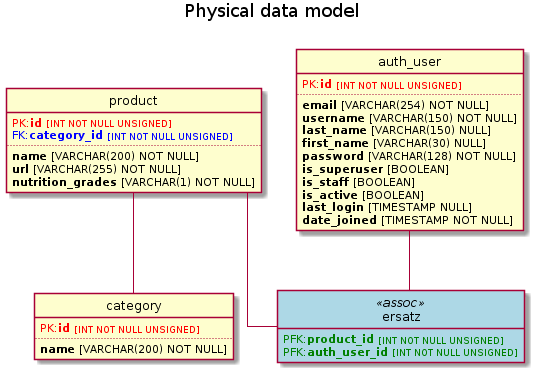
freezed/ocp8 keeps this PlantUML diagram as doc/pdm.png. Above is the earlier version.
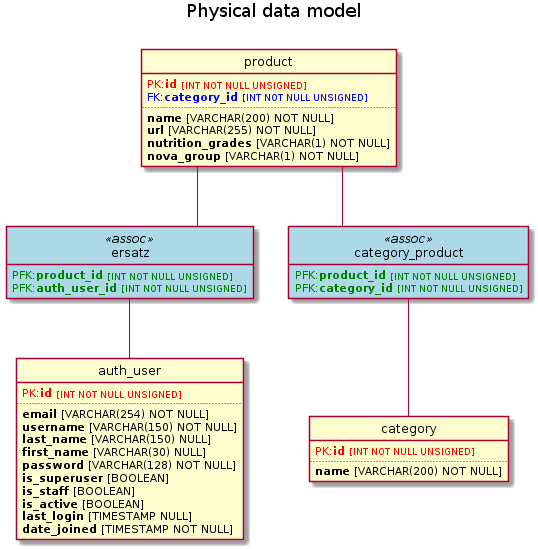
The same file after the commit.

Commit message:
Add `nova_grp` & multi `categories` #5

What changed in the source:
```diff
@@ -10,19 +10,26 @@
 
 
 class category
+class category_product <<assoc>>
 class ersatz <<assoc>>
 class product
 class auth_user
 
 
-product -- category
-auth_user -- ersatz
+product -- category_product
+category_product -- category
+auth_user -up- ersatz
 product -- ersatz
 
 
 class category {
     <font color="red">PK:<b>id</b> <size:09>[INT NOT NULL UNSIGNED]</size></font>
     ..
+}
+
+class category_product {
+    <font color="green">PFK:<b>product_id</b> <size:09>[INT NOT NULL UNSIGNED]</size></font>
+    <font color="green">PFK:<b>category_id</b> <size:09>[INT NOT NULL UNSIGNED]</size></font>
 }
 
 class ersatz {
@@ -50,6 +57,7 @@
     {field} <b>name</b> [VARCHAR(200) NOT NULL]
     {field} <b>url</b> [VARCHAR(255) NOT NULL]
     {field} <b>nutrition_grades</b> [VARCHAR(1) NOT NULL]
+    {field} <b>nova_group</b> [VARCHAR(1) NOT NULL]
 }
 
 class auth_user {
```
